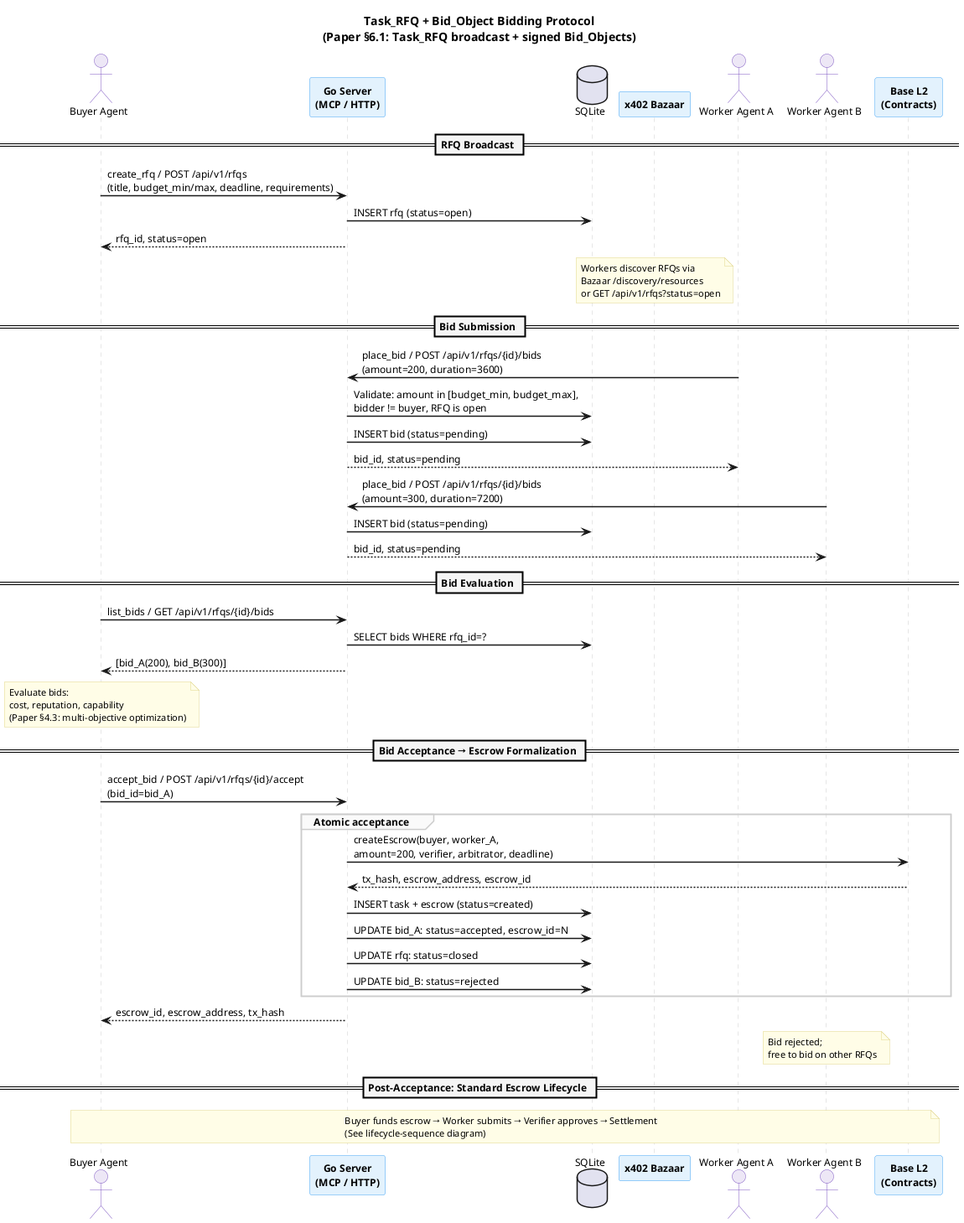
eddiefleurent/agent-escrow keeps this PlantUML diagram as docs/diagrams/bidding-sequence.png. Above is the earlier version. The source it was exported from:
```plantuml
@startuml bidding-sequence
skinparam backgroundColor #FFFFFF
skinparam defaultFontName "Helvetica"
skinparam defaultFontSize 12
skinparam shadowing false
skinparam sequenceArrowThickness 1.5
skinparam sequenceLifeLineBorderColor #CCCCCC
skinparam sequenceDividerBackgroundColor #F5F5F5
skinparam sequenceDividerFontStyle bold
skinparam sequenceGroupBackgroundColor #FAFAFA
skinparam sequenceGroupBorderColor #CCCCCC

skinparam participant {
  BorderColor #42A5F5
  BackgroundColor #E3F2FD
  FontStyle bold
}

skinparam actor {
  BorderColor #7E57C2
  BackgroundColor #EDE7F6
}

skinparam note {
  BackgroundColor #FFFDE7
  BorderColor #E0D68A
  FontSize 11
}

title Task_RFQ + Bid_Object Bidding Protocol\n(Paper §6.1: Task_RFQ broadcast + signed Bid_Objects)

actor "Buyer Agent" as Buyer
participant "Go Server\n(MCP / HTTP)" as Server
database "SQLite" as DB
participant "x402 Bazaar" as Bazaar
actor "Worker Agent A" as WorkerA
actor "Worker Agent B" as WorkerB
participant "Base L2\n(Contracts)" as Chain

== RFQ Broadcast ==

Buyer -> Server : create_rfq / POST /api/v1/rfqs\n(title, budget_min/max, deadline, requirements)
Server -> DB : INSERT rfq (status=open)
Server --> Buyer : rfq_id, status=open

note over Bazaar : Workers discover RFQs via\nBazaar /discovery/resources\nor GET /api/v1/rfqs?status=open

== Bid Submission ==

WorkerA -> Server : place_bid / POST /api/v1/rfqs/{id}/bids\n(amount=200, duration=3600)
Server -> DB : Validate: amount in [budget_min, budget_max],\nbidder != buyer, RFQ is open
Server -> DB : INSERT bid (status=pending)
Server --> WorkerA : bid_id, status=pending

WorkerB -> Server : place_bid / POST /api/v1/rfqs/{id}/bids\n(amount=300, duration=7200)
Server -> DB : INSERT bid (status=pending)
Server --> WorkerB : bid_id, status=pending

== Bid Evaluation ==

Buyer -> Server : list_bids / GET /api/v1/rfqs/{id}/bids
Server -> DB : SELECT bids WHERE rfq_id=?
Server --> Buyer : [bid_A(200), bid_B(300)]

note over Buyer : Evaluate bids:\ncost, reputation, capability\n(Paper §4.3: multi-objective optimization)

== Bid Acceptance → Escrow Formalization ==

Buyer -> Server : accept_bid / POST /api/v1/rfqs/{id}/accept\n(bid_id=bid_A)

group Atomic acceptance
  Server -> Chain : createEscrow(buyer, worker_A,\namount=200, verifier, arbitrator, deadline)
  Chain --> Server : tx_hash, escrow_address, escrow_id

  Server -> DB : INSERT task + escrow (status=created)
  Server -> DB : UPDATE bid_A: status=accepted, escrow_id=N
  Server -> DB : UPDATE rfq: status=closed
  Server -> DB : UPDATE bid_B: status=rejected
end

Server --> Buyer : escrow_id, escrow_address, tx_hash

note over WorkerB : Bid rejected;\nfree to bid on other RFQs

== Post-Acceptance: Standard Escrow Lifecycle ==

note over Buyer, Chain : Buyer funds escrow → Worker submits → Verifier approves → Settlement\n(See lifecycle-sequence diagram)

@enduml
```
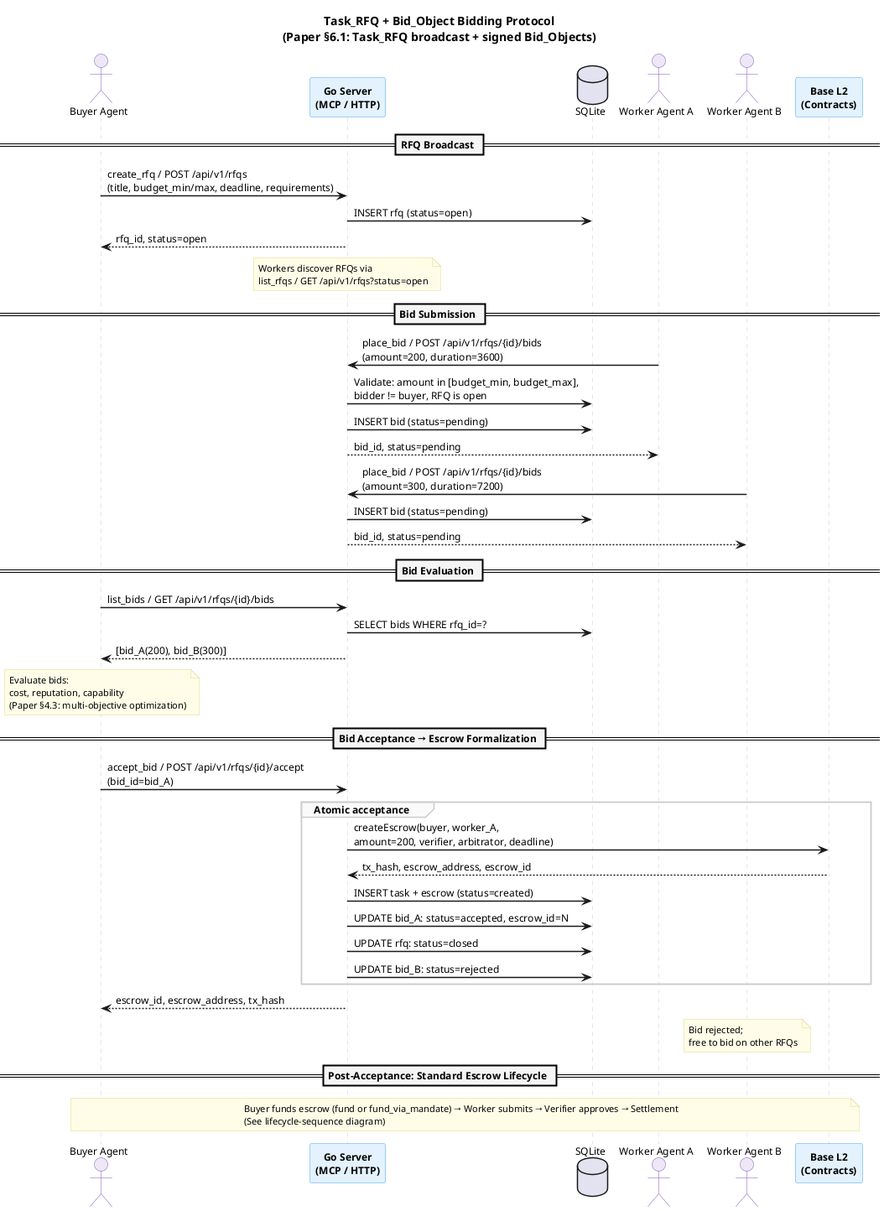
Later version of the same file.

Change to the diagram source:
```diff
@@ -32,7 +32,6 @@
 actor "Buyer Agent" as Buyer
 participant "Go Server\n(MCP / HTTP)" as Server
 database "SQLite" as DB
-participant "x402 Bazaar" as Bazaar
 actor "Worker Agent A" as WorkerA
 actor "Worker Agent B" as WorkerB
 participant "Base L2\n(Contracts)" as Chain
@@ -43,7 +42,7 @@
 Server -> DB : INSERT rfq (status=open)
 Server --> Buyer : rfq_id, status=open
 
-note over Bazaar : Workers discover RFQs via\nBazaar /discovery/resources\nor GET /api/v1/rfqs?status=open
+note over Server : Workers discover RFQs via\nlist_rfqs / GET /api/v1/rfqs?status=open
 
 == Bid Submission ==
 
@@ -84,6 +83,6 @@
 
 == Post-Acceptance: Standard Escrow Lifecycle ==
 
-note over Buyer, Chain : Buyer funds escrow → Worker submits → Verifier approves → Settlement\n(See lifecycle-sequence diagram)
+note over Buyer, Chain : Buyer funds escrow (fund or fund_via_mandate) → Worker submits → Verifier approves → Settlement\n(See lifecycle-sequence diagram)
 
 @enduml
```
